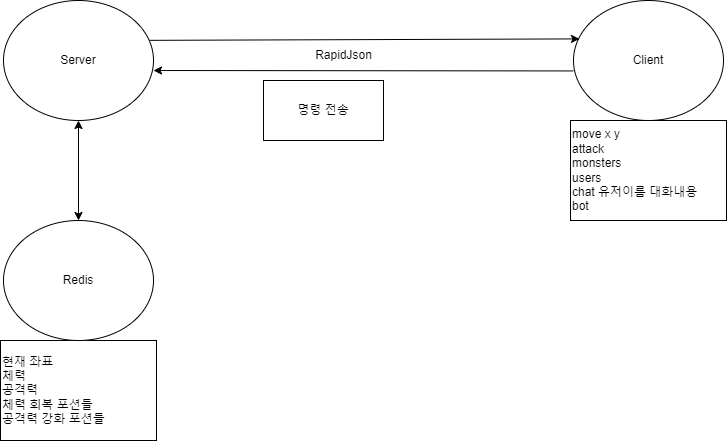
hayoonleeMe/MJU_22-2_Backend_IntoTheDungeon keeps this draw.io diagram as ITD_설계.png. Above is the earlier version. Source tidied: cells renumbered, new cells last; positions are measured from the earlier drawing's top-left corner, leaving out a move shared by most shapes. The source it was exported from:
```xml
<mxGraphModel>
  <root>
    <mxCell id="0" />
    <mxCell id="1" parent="0" />
    <mxCell id="2" value="현재 좌표&lt;br&gt;체력&lt;br&gt;공격력&lt;br&gt;체력 회복 포션들&lt;br&gt;공격력 강화 포션들" style="rounded=0;whiteSpace=wrap;html=1;align=left;" parent="1" vertex="1">
      <mxGeometry y="340" width="156" height="100" as="geometry" />
    </mxCell>
    <mxCell id="3" value="Redis" style="ellipse;whiteSpace=wrap;html=1;" parent="1" vertex="1">
      <mxGeometry x="3" y="220" width="150" height="120" as="geometry" />
    </mxCell>
    <mxCell id="4" value="Server" style="ellipse;whiteSpace=wrap;html=1;" parent="1" vertex="1">
      <mxGeometry x="3" width="150" height="120" as="geometry" />
    </mxCell>
    <mxCell id="5" value="Client" style="ellipse;whiteSpace=wrap;html=1;" parent="1" vertex="1">
      <mxGeometry x="573" width="150" height="120" as="geometry" />
    </mxCell>
    <mxCell id="6" value="명령 전송" style="rounded=0;whiteSpace=wrap;html=1;" parent="1" vertex="1">
      <mxGeometry x="263" y="80" width="120" height="60" as="geometry" />
    </mxCell>
    <mxCell id="7" value="RapidJson" style="text;html=1;align=center;verticalAlign=middle;strokeColor=none;fillColor=none;" parent="1" vertex="1">
      <mxGeometry x="303" y="40" width="80" height="30" as="geometry" />
    </mxCell>
    <mxCell id="8" style="endArrow=classic;html=1;rounded=0;exitX=0.974;exitY=0.332;exitDx=0;exitDy=0;exitPerimeter=0;entryX=0.04;entryY=0.32;entryDx=0;entryDy=0;entryPerimeter=0;" parent="1" edge="1" source="4" target="5">
      <mxGeometry relative="1" as="geometry" />
    </mxCell>
    <mxCell id="9" style="endArrow=classic;html=1;rounded=0;exitX=-0.001;exitY=0.587;exitDx=0;exitDy=0;exitPerimeter=0;" parent="1" edge="1" source="5">
      <mxGeometry relative="1" as="geometry">
        <mxPoint x="153" y="70" as="targetPoint" />
      </mxGeometry>
    </mxCell>
    <mxCell id="10" value="move x y&lt;br&gt;attack&lt;br&gt;monsters&lt;br&gt;users&lt;br&gt;chat 유저이름 대화내용&lt;br&gt;bot" style="rounded=0;whiteSpace=wrap;html=1;align=left;" parent="1" vertex="1">
      <mxGeometry x="570" y="120" width="156" height="100" as="geometry" />
    </mxCell>
    <mxCell id="11" style="endArrow=classic;startArrow=classic;html=1;rounded=0;exitX=0.5;exitY=0;exitDx=0;exitDy=0;entryX=0.5;entryY=1;entryDx=0;entryDy=0;" parent="1" edge="1" source="3" target="4">
      <mxGeometry relative="1" as="geometry" />
    </mxCell>
  </root>
</mxGraphModel>
```
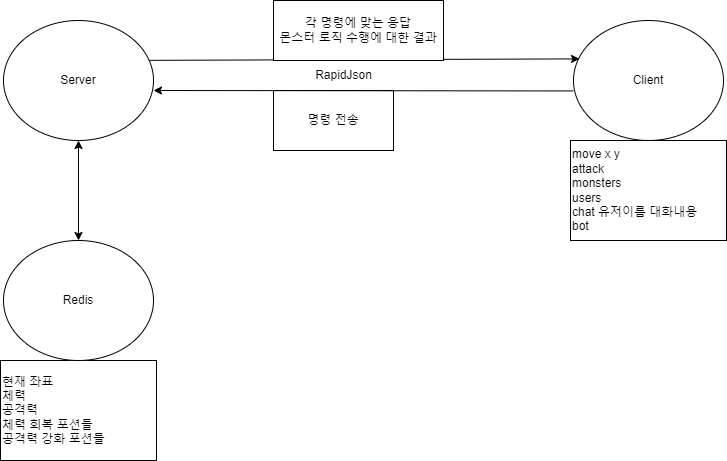
Above is the later version.

The edit, as a diff of the source:
```diff
@@ -15,7 +15,7 @@
       <mxGeometry x="573" width="150" height="120" as="geometry" />
     </mxCell>
     <mxCell id="6" value="명령 전송" style="rounded=0;whiteSpace=wrap;html=1;" parent="1" vertex="1">
-      <mxGeometry x="263" y="80" width="120" height="60" as="geometry" />
+      <mxGeometry x="273" y="70" width="120" height="60" as="geometry" />
     </mxCell>
     <mxCell id="7" value="RapidJson" style="text;html=1;align=center;verticalAlign=middle;strokeColor=none;fillColor=none;" parent="1" vertex="1">
       <mxGeometry x="303" y="40" width="80" height="30" as="geometry" />
@@ -34,5 +34,8 @@
     <mxCell id="11" style="endArrow=classic;startArrow=classic;html=1;rounded=0;exitX=0.5;exitY=0;exitDx=0;exitDy=0;entryX=0.5;entryY=1;entryDx=0;entryDy=0;" parent="1" edge="1" source="3" target="4">
       <mxGeometry relative="1" as="geometry" />
     </mxCell>
+    <mxCell id="12" value="각 명령에 맞는 응답&lt;br&gt;몬스터 로직 수행에 대한 결과" style="rounded=0;whiteSpace=wrap;html=1;" parent="1" vertex="1">
+      <mxGeometry x="273" y="-20" width="170" height="60" as="geometry" />
+    </mxCell>
   </root>
 </mxGraphModel>
```
